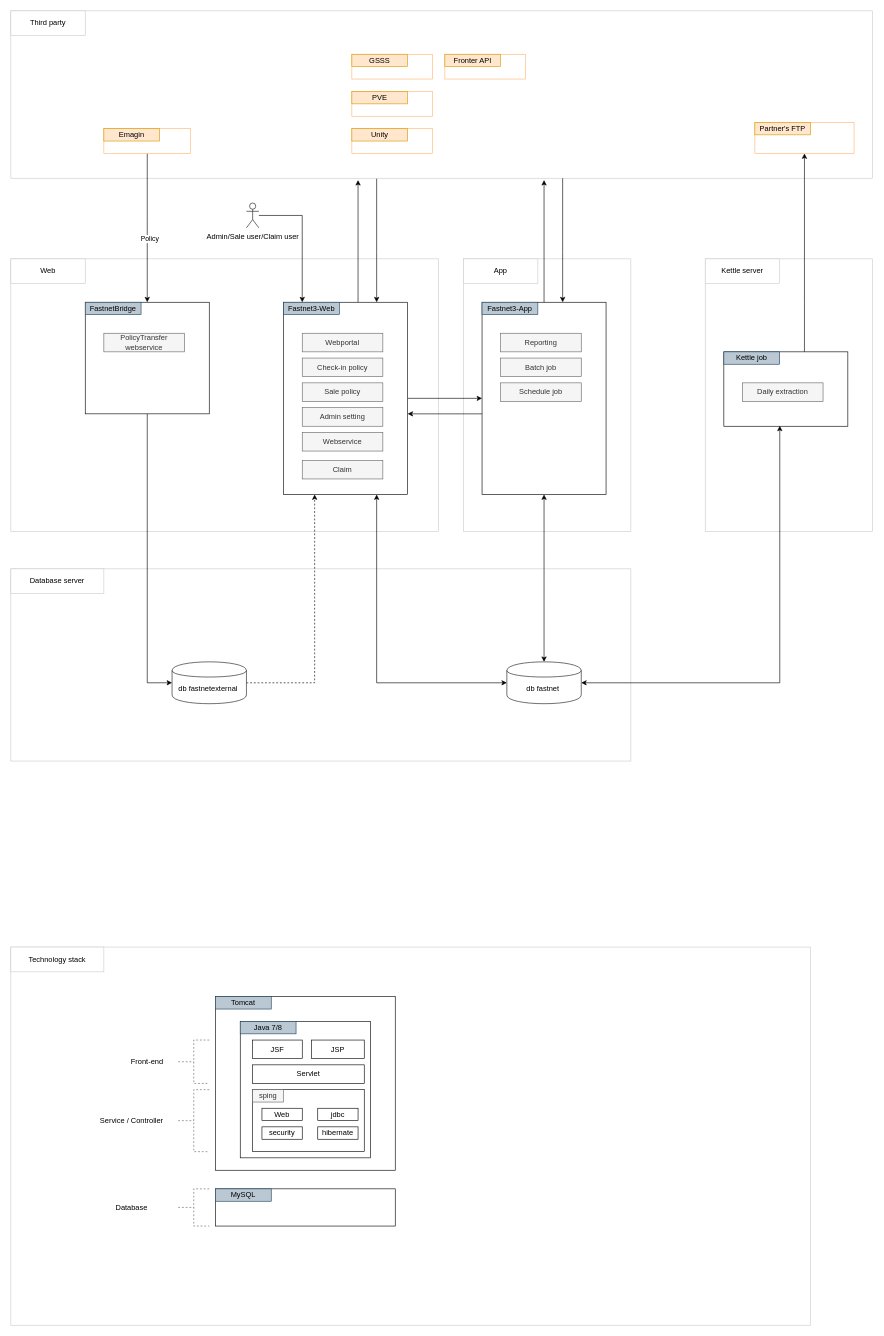
This is FN3-overview.drawio from phatcharalaw/my-doc, a draw.io file, before an edit. Source tidied: cells renumbered, new cells numbered last; positions are measured from the earlier drawing's top-left corner, leaving out a move shared by most shapes. Both pictures are drawn from the tidied source at 62%, with x=0, y=0 at pixel (11, 11). Pictures stored in the file or linked from it are replaced by grey dashed boxes.
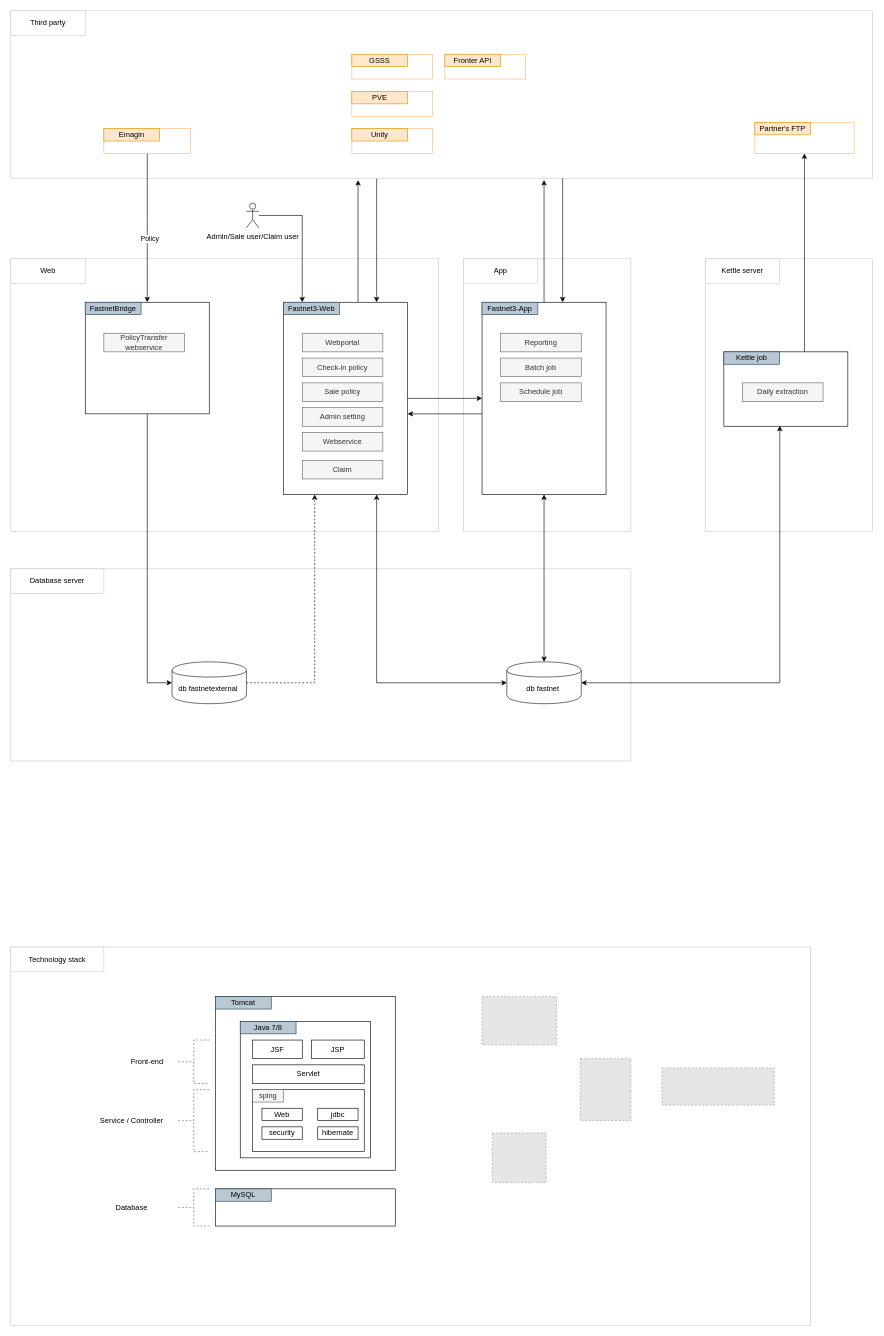
After the change.

The edit, as a diff of the source:
```diff
@@
+    <mxCell id="90" style="fillColor=#E6E6E6;strokeColor=#999999;dashed=1;verticalLabelPosition=bottom;labelBackgroundColor=#ffffff;verticalAlign=top;" parent="1" vertex="1">
+      <mxGeometry x="1050" y="1705" width="181.2" height="60" as="geometry" />
+    </mxCell>
+    <mxCell id="91" style="fillColor=#E6E6E6;strokeColor=#999999;dashed=1;verticalLabelPosition=bottom;labelBackgroundColor=#ffffff;verticalAlign=top;" parent="1" vertex="1">
+      <mxGeometry x="776.6" y="1810" width="86.7" height="80" as="geometry" />
+    </mxCell>
+    <mxCell id="92" style="fillColor=#E6E6E6;strokeColor=#999999;dashed=1;verticalLabelPosition=bottom;labelBackgroundColor=#ffffff;verticalAlign=top;" parent="1" vertex="1">
+      <mxGeometry x="760" y="1590" width="120" height="77.7" as="geometry" />
+    </mxCell>
+    <mxCell id="93" style="fillColor=#E6E6E6;strokeColor=#999999;dashed=1;verticalLabelPosition=bottom;labelBackgroundColor=#ffffff;verticalAlign=top;" parent="1" vertex="1">
+      <mxGeometry x="918.5" y="1690" width="81.5" height="100" as="geometry" />
+    </mxCell>
```
